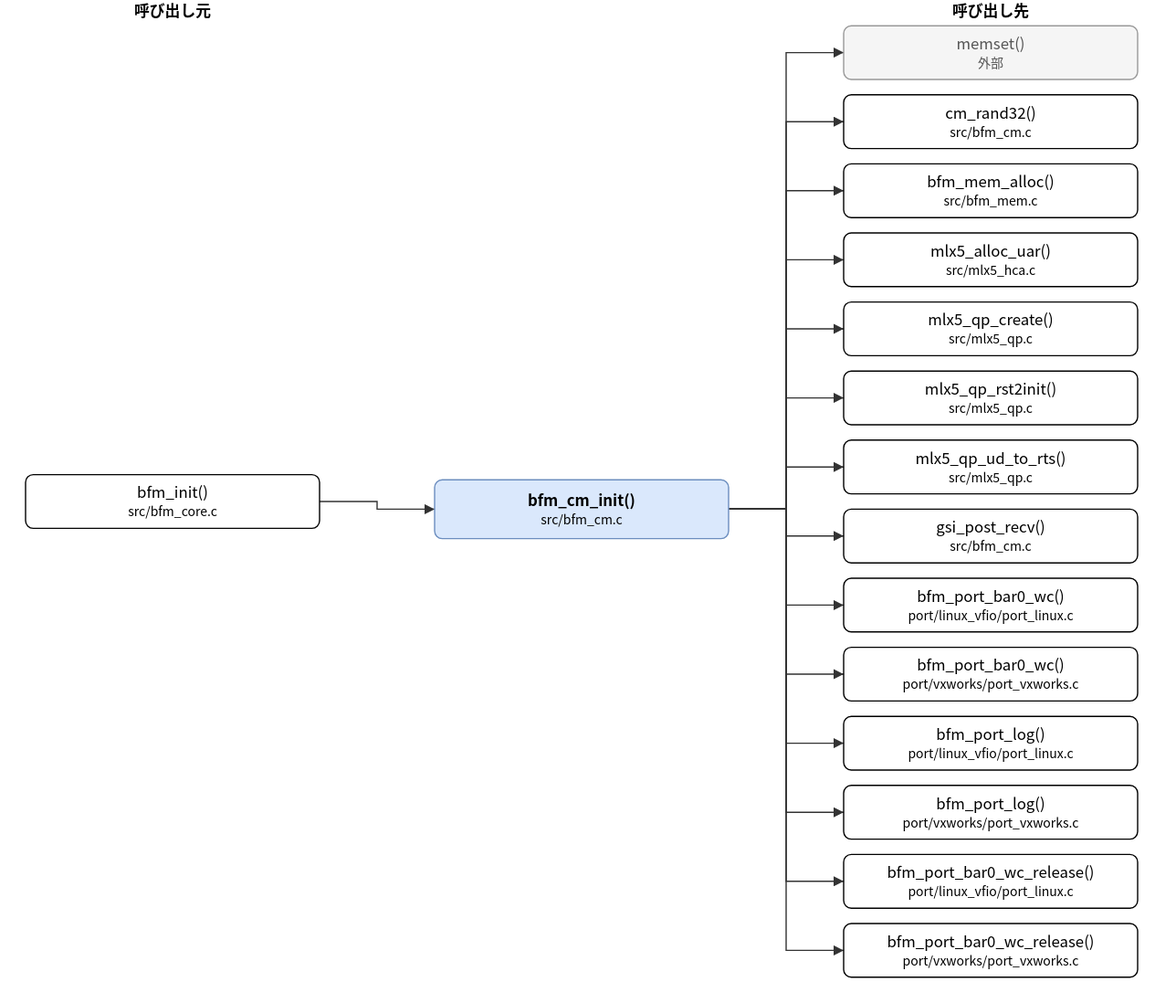
Above: doc/spec/images/call_src_bfm_cm__bfm_cm_init.drawio.svg in hf355051012-ai/bfmem (draw.io), before the change. Source tidied: cells renumbered, new cells last; positions are measured from the earlier drawing's top-left corner, leaving out a move shared by most shapes.
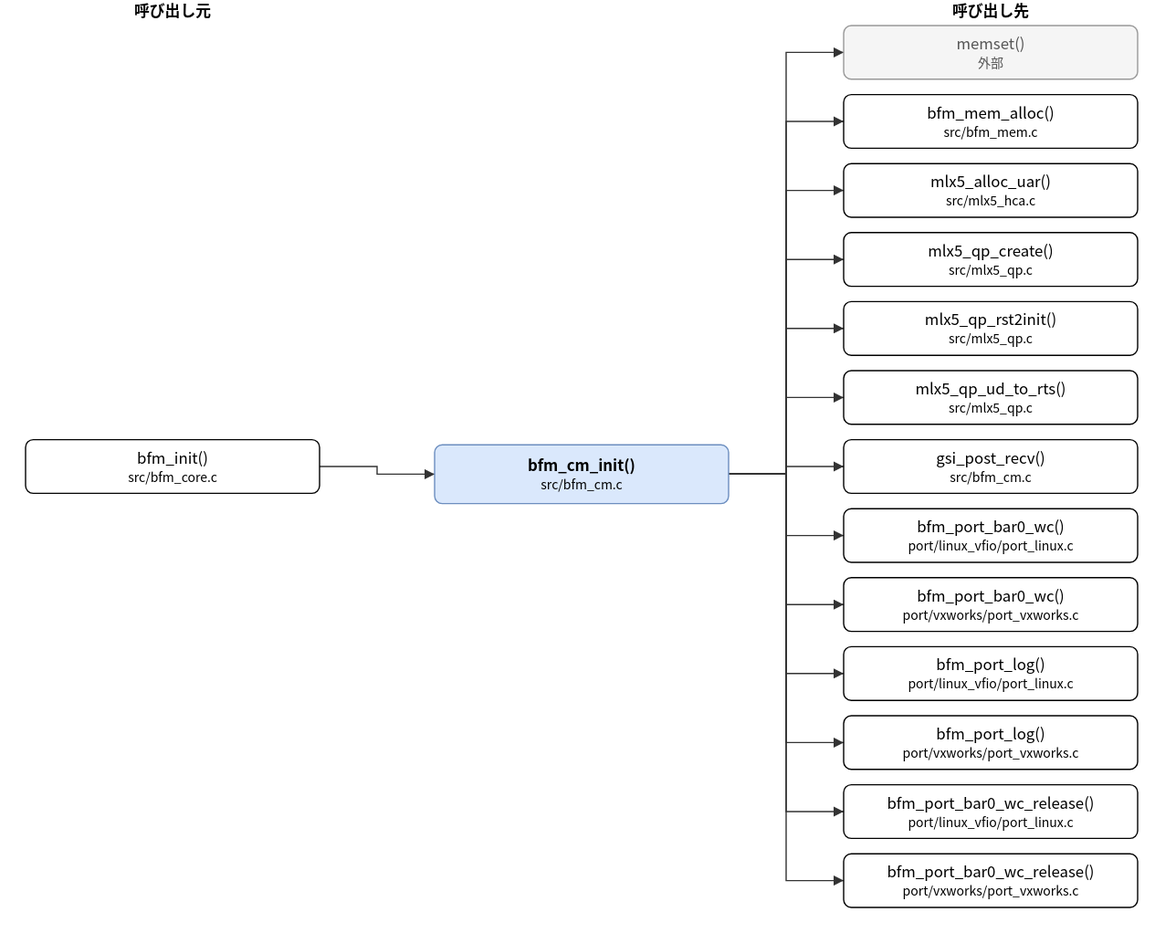
After the change.

Change to the diagram source:
```diff
@@ -3,65 +3,62 @@
     <mxCell id="0" />
     <mxCell id="1" parent="0" />
     <mxCell id="2" value="bfm_cm_init()&lt;br&gt;&lt;font style=&quot;font-size:10px&quot;&gt;src/bfm_cm.c&lt;/font&gt;" style="rounded=1;whiteSpace=wrap;html=1;fillColor=#dae8fc;strokeColor=#6c8ebf;fontStyle=1;" parent="1" vertex="1">
-      <mxGeometry x="320" y="375" width="230" height="46" as="geometry" />
+      <mxGeometry x="320" y="348" width="230" height="46" as="geometry" />
     </mxCell>
     <mxCell id="3" value="bfm_init()&lt;br&gt;&lt;font style=&quot;font-size:10px&quot;&gt;src/bfm_core.c&lt;/font&gt;" style="rounded=1;whiteSpace=wrap;html=1;" parent="1" vertex="1">
-      <mxGeometry y="371" width="230" height="42" as="geometry" />
+      <mxGeometry y="344" width="230" height="42" as="geometry" />
     </mxCell>
     <mxCell id="4" value="memset()&lt;br&gt;&lt;font style=&quot;font-size:10px&quot;&gt;外部&lt;/font&gt;" style="rounded=1;whiteSpace=wrap;html=1;fillColor=#f5f5f5;strokeColor=#999999;fontColor=#555555;" parent="1" vertex="1">
       <mxGeometry x="640" y="20" width="230" height="42" as="geometry" />
     </mxCell>
-    <mxCell id="5" value="cm_rand32()&lt;br&gt;&lt;font style=&quot;font-size:10px&quot;&gt;src/bfm_cm.c&lt;/font&gt;" style="rounded=1;whiteSpace=wrap;html=1;" parent="1" vertex="1">
+    <mxCell id="5" value="bfm_mem_alloc()&lt;br&gt;&lt;font style=&quot;font-size:10px&quot;&gt;src/bfm_mem.c&lt;/font&gt;" style="rounded=1;whiteSpace=wrap;html=1;" parent="1" vertex="1">
       <mxGeometry x="640" y="74" width="230" height="42" as="geometry" />
     </mxCell>
-    <mxCell id="6" value="bfm_mem_alloc()&lt;br&gt;&lt;font style=&quot;font-size:10px&quot;&gt;src/bfm_mem.c&lt;/font&gt;" style="rounded=1;whiteSpace=wrap;html=1;" parent="1" vertex="1">
+    <mxCell id="6" value="mlx5_alloc_uar()&lt;br&gt;&lt;font style=&quot;font-size:10px&quot;&gt;src/mlx5_hca.c&lt;/font&gt;" style="rounded=1;whiteSpace=wrap;html=1;" parent="1" vertex="1">
       <mxGeometry x="640" y="128" width="230" height="42" as="geometry" />
     </mxCell>
-    <mxCell id="7" value="mlx5_alloc_uar()&lt;br&gt;&lt;font style=&quot;font-size:10px&quot;&gt;src/mlx5_hca.c&lt;/font&gt;" style="rounded=1;whiteSpace=wrap;html=1;" parent="1" vertex="1">
+    <mxCell id="7" value="mlx5_qp_create()&lt;br&gt;&lt;font style=&quot;font-size:10px&quot;&gt;src/mlx5_qp.c&lt;/font&gt;" style="rounded=1;whiteSpace=wrap;html=1;" parent="1" vertex="1">
       <mxGeometry x="640" y="182" width="230" height="42" as="geometry" />
     </mxCell>
-    <mxCell id="8" value="mlx5_qp_create()&lt;br&gt;&lt;font style=&quot;font-size:10px&quot;&gt;src/mlx5_qp.c&lt;/font&gt;" style="rounded=1;whiteSpace=wrap;html=1;" parent="1" vertex="1">
+    <mxCell id="8" value="mlx5_qp_rst2init()&lt;br&gt;&lt;font style=&quot;font-size:10px&quot;&gt;src/mlx5_qp.c&lt;/font&gt;" style="rounded=1;whiteSpace=wrap;html=1;" parent="1" vertex="1">
       <mxGeometry x="640" y="236" width="230" height="42" as="geometry" />
     </mxCell>
-    <mxCell id="9" value="mlx5_qp_rst2init()&lt;br&gt;&lt;font style=&quot;font-size:10px&quot;&gt;src/mlx5_qp.c&lt;/font&gt;" style="rounded=1;whiteSpace=wrap;html=1;" parent="1" vertex="1">
+    <mxCell id="9" value="mlx5_qp_ud_to_rts()&lt;br&gt;&lt;font style=&quot;font-size:10px&quot;&gt;src/mlx5_qp.c&lt;/font&gt;" style="rounded=1;whiteSpace=wrap;html=1;" parent="1" vertex="1">
       <mxGeometry x="640" y="290" width="230" height="42" as="geometry" />
     </mxCell>
-    <mxCell id="10" value="mlx5_qp_ud_to_rts()&lt;br&gt;&lt;font style=&quot;font-size:10px&quot;&gt;src/mlx5_qp.c&lt;/font&gt;" style="rounded=1;whiteSpace=wrap;html=1;" parent="1" vertex="1">
+    <mxCell id="10" value="gsi_post_recv()&lt;br&gt;&lt;font style=&quot;font-size:10px&quot;&gt;src/bfm_cm.c&lt;/font&gt;" style="rounded=1;whiteSpace=wrap;html=1;" parent="1" vertex="1">
       <mxGeometry x="640" y="344" width="230" height="42" as="geometry" />
     </mxCell>
-    <mxCell id="11" value="gsi_post_recv()&lt;br&gt;&lt;font style=&quot;font-size:10px&quot;&gt;src/bfm_cm.c&lt;/font&gt;" style="rounded=1;whiteSpace=wrap;html=1;" parent="1" vertex="1">
+    <mxCell id="11" value="bfm_port_bar0_wc()&lt;br&gt;&lt;font style=&quot;font-size:10px&quot;&gt;port/linux_vfio/port_linux.c&lt;/font&gt;" style="rounded=1;whiteSpace=wrap;html=1;" parent="1" vertex="1">
       <mxGeometry x="640" y="398" width="230" height="42" as="geometry" />
     </mxCell>
-    <mxCell id="12" value="bfm_port_bar0_wc()&lt;br&gt;&lt;font style=&quot;font-size:10px&quot;&gt;port/linux_vfio/port_linux.c&lt;/font&gt;" style="rounded=1;whiteSpace=wrap;html=1;" parent="1" vertex="1">
+    <mxCell id="12" value="bfm_port_bar0_wc()&lt;br&gt;&lt;font style=&quot;font-size:10px&quot;&gt;port/vxworks/port_vxworks.c&lt;/font&gt;" style="rounded=1;whiteSpace=wrap;html=1;" parent="1" vertex="1">
       <mxGeometry x="640" y="452" width="230" height="42" as="geometry" />
     </mxCell>
-    <mxCell id="13" value="bfm_port_bar0_wc()&lt;br&gt;&lt;font style=&quot;font-size:10px&quot;&gt;port/vxworks/port_vxworks.c&lt;/font&gt;" style="rounded=1;whiteSpace=wrap;html=1;" parent="1" vertex="1">
+    <mxCell id="13" value="bfm_port_log()&lt;br&gt;&lt;font style=&quot;font-size:10px&quot;&gt;port/linux_vfio/port_linux.c&lt;/font&gt;" style="rounded=1;whiteSpace=wrap;html=1;" parent="1" vertex="1">
       <mxGeometry x="640" y="506" width="230" height="42" as="geometry" />
     </mxCell>
-    <mxCell id="14" value="bfm_port_log()&lt;br&gt;&lt;font style=&quot;font-size:10px&quot;&gt;port/linux_vfio/port_linux.c&lt;/font&gt;" style="rounded=1;whiteSpace=wrap;html=1;" parent="1" vertex="1">
+    <mxCell id="14" value="bfm_port_log()&lt;br&gt;&lt;font style=&quot;font-size:10px&quot;&gt;port/vxworks/port_vxworks.c&lt;/font&gt;" style="rounded=1;whiteSpace=wrap;html=1;" parent="1" vertex="1">
       <mxGeometry x="640" y="560" width="230" height="42" as="geometry" />
     </mxCell>
-    <mxCell id="15" value="bfm_port_log()&lt;br&gt;&lt;font style=&quot;font-size:10px&quot;&gt;port/vxworks/port_vxworks.c&lt;/font&gt;" style="rounded=1;whiteSpace=wrap;html=1;" parent="1" vertex="1">
+    <mxCell id="15" value="bfm_port_bar0_wc_release()&lt;br&gt;&lt;font style=&quot;font-size:10px&quot;&gt;port/linux_vfio/port_linux.c&lt;/font&gt;" style="rounded=1;whiteSpace=wrap;html=1;" parent="1" vertex="1">
       <mxGeometry x="640" y="614" width="230" height="42" as="geometry" />
     </mxCell>
-    <mxCell id="16" value="bfm_port_bar0_wc_release()&lt;br&gt;&lt;font style=&quot;font-size:10px&quot;&gt;port/linux_vfio/port_linux.c&lt;/font&gt;" style="rounded=1;whiteSpace=wrap;html=1;" parent="1" vertex="1">
+    <mxCell id="16" value="bfm_port_bar0_wc_release()&lt;br&gt;&lt;font style=&quot;font-size:10px&quot;&gt;port/vxworks/port_vxworks.c&lt;/font&gt;" style="rounded=1;whiteSpace=wrap;html=1;" parent="1" vertex="1">
       <mxGeometry x="640" y="668" width="230" height="42" as="geometry" />
     </mxCell>
-    <mxCell id="17" value="bfm_port_bar0_wc_release()&lt;br&gt;&lt;font style=&quot;font-size:10px&quot;&gt;port/vxworks/port_vxworks.c&lt;/font&gt;" style="rounded=1;whiteSpace=wrap;html=1;" parent="1" vertex="1">
-      <mxGeometry x="640" y="722" width="230" height="42" as="geometry" />
-    </mxCell>
     <mxCell id="18" style="edgeStyle=none;html=1;rounded=0;endArrow=block;endFill=1;exitX=1.0000;exitY=0.5000;exitDx=0;exitDy=0;exitPerimeter=0;entryX=0.0000;entryY=0.5000;entryDx=0;entryDy=0;entryPerimeter=0;" parent="1" edge="1" source="3" target="2">
       <mxGeometry relative="1" as="geometry">
         <Array as="points">
-          <mxPoint x="275" y="392" />
-          <mxPoint x="275" y="398" />
+          <mxPoint x="275" y="365" />
+          <mxPoint x="275" y="371" />
         </Array>
       </mxGeometry>
     </mxCell>
     <mxCell id="19" style="edgeStyle=none;html=1;rounded=0;endArrow=block;endFill=1;exitX=1.0000;exitY=0.5000;exitDx=0;exitDy=0;exitPerimeter=0;entryX=0.0000;entryY=0.5000;entryDx=0;entryDy=0;entryPerimeter=0;" parent="1" edge="1" source="2" target="4">
       <mxGeometry relative="1" as="geometry">
         <Array as="points">
-          <mxPoint x="595" y="398" />
+          <mxPoint x="595" y="371" />
           <mxPoint x="595" y="41" />
         </Array>
       </mxGeometry>
@@ -69,7 +66,7 @@
     <mxCell id="20" style="edgeStyle=none;html=1;rounded=0;endArrow=block;endFill=1;exitX=1.0000;exitY=0.5000;exitDx=0;exitDy=0;exitPerimeter=0;entryX=0.0000;entryY=0.5000;entryDx=0;entryDy=0;entryPerimeter=0;" parent="1" edge="1" source="2" target="5">
       <mxGeometry relative="1" as="geometry">
         <Array as="points">
-          <mxPoint x="595" y="398" />
+          <mxPoint x="595" y="371" />
           <mxPoint x="595" y="95" />
         </Array>
       </mxGeometry>
@@ -77,7 +74,7 @@
     <mxCell id="21" style="edgeStyle=none;html=1;rounded=0;endArrow=block;endFill=1;exitX=1.0000;exitY=0.5000;exitDx=0;exitDy=0;exitPerimeter=0;entryX=0.0000;entryY=0.5000;entryDx=0;entryDy=0;entryPerimeter=0;" parent="1" edge="1" source="2" target="6">
       <mxGeometry relative="1" as="geometry">
         <Array as="points">
-          <mxPoint x="595" y="398" />
+          <mxPoint x="595" y="371" />
           <mxPoint x="595" y="149" />
         </Array>
       </mxGeometry>
@@ -85,7 +82,7 @@
     <mxCell id="22" style="edgeStyle=none;html=1;rounded=0;endArrow=block;endFill=1;exitX=1.0000;exitY=0.5000;exitDx=0;exitDy=0;exitPerimeter=0;entryX=0.0000;entryY=0.5000;entryDx=0;entryDy=0;entryPerimeter=0;" parent="1" edge="1" source="2" target="7">
       <mxGeometry relative="1" as="geometry">
         <Array as="points">
-          <mxPoint x="595" y="398" />
+          <mxPoint x="595" y="371" />
           <mxPoint x="595" y="203" />
         </Array>
       </mxGeometry>
@@ -93,7 +90,7 @@
     <mxCell id="23" style="edgeStyle=none;html=1;rounded=0;endArrow=block;endFill=1;exitX=1.0000;exitY=0.5000;exitDx=0;exitDy=0;exitPerimeter=0;entryX=0.0000;entryY=0.5000;entryDx=0;entryDy=0;entryPerimeter=0;" parent="1" edge="1" source="2" target="8">
       <mxGeometry relative="1" as="geometry">
         <Array as="points">
-          <mxPoint x="595" y="398" />
+          <mxPoint x="595" y="371" />
           <mxPoint x="595" y="257" />
         </Array>
       </mxGeometry>
@@ -101,7 +98,7 @@
     <mxCell id="24" style="edgeStyle=none;html=1;rounded=0;endArrow=block;endFill=1;exitX=1.0000;exitY=0.5000;exitDx=0;exitDy=0;exitPerimeter=0;entryX=0.0000;entryY=0.5000;entryDx=0;entryDy=0;entryPerimeter=0;" parent="1" edge="1" source="2" target="9">
       <mxGeometry relative="1" as="geometry">
         <Array as="points">
-          <mxPoint x="595" y="398" />
+          <mxPoint x="595" y="371" />
           <mxPoint x="595" y="311" />
         </Array>
       </mxGeometry>
@@ -109,7 +106,7 @@
     <mxCell id="25" style="edgeStyle=none;html=1;rounded=0;endArrow=block;endFill=1;exitX=1.0000;exitY=0.5000;exitDx=0;exitDy=0;exitPerimeter=0;entryX=0.0000;entryY=0.5000;entryDx=0;entryDy=0;entryPerimeter=0;" parent="1" edge="1" source="2" target="10">
       <mxGeometry relative="1" as="geometry">
         <Array as="points">
-          <mxPoint x="595" y="398" />
+          <mxPoint x="595" y="371" />
           <mxPoint x="595" y="365" />
         </Array>
       </mxGeometry>
@@ -117,7 +114,7 @@
     <mxCell id="26" style="edgeStyle=none;html=1;rounded=0;endArrow=block;endFill=1;exitX=1.0000;exitY=0.5000;exitDx=0;exitDy=0;exitPerimeter=0;entryX=0.0000;entryY=0.5000;entryDx=0;entryDy=0;entryPerimeter=0;" parent="1" edge="1" source="2" target="11">
       <mxGeometry relative="1" as="geometry">
         <Array as="points">
-          <mxPoint x="595" y="398" />
+          <mxPoint x="595" y="371" />
           <mxPoint x="595" y="419" />
         </Array>
       </mxGeometry>
@@ -125,7 +122,7 @@
     <mxCell id="27" style="edgeStyle=none;html=1;rounded=0;endArrow=block;endFill=1;exitX=1.0000;exitY=0.5000;exitDx=0;exitDy=0;exitPerimeter=0;entryX=0.0000;entryY=0.5000;entryDx=0;entryDy=0;entryPerimeter=0;" parent="1" edge="1" source="2" target="12">
       <mxGeometry relative="1" as="geometry">
         <Array as="points">
-          <mxPoint x="595" y="398" />
+          <mxPoint x="595" y="371" />
           <mxPoint x="595" y="473" />
         </Array>
       </mxGeometry>
@@ -133,7 +130,7 @@
     <mxCell id="28" style="edgeStyle=none;html=1;rounded=0;endArrow=block;endFill=1;exitX=1.0000;exitY=0.5000;exitDx=0;exitDy=0;exitPerimeter=0;entryX=0.0000;entryY=0.5000;entryDx=0;entryDy=0;entryPerimeter=0;" parent="1" edge="1" source="2" target="13">
       <mxGeometry relative="1" as="geometry">
         <Array as="points">
-          <mxPoint x="595" y="398" />
+          <mxPoint x="595" y="371" />
           <mxPoint x="595" y="527" />
         </Array>
       </mxGeometry>
@@ -141,7 +138,7 @@
     <mxCell id="29" style="edgeStyle=none;html=1;rounded=0;endArrow=block;endFill=1;exitX=1.0000;exitY=0.5000;exitDx=0;exitDy=0;exitPerimeter=0;entryX=0.0000;entryY=0.5000;entryDx=0;entryDy=0;entryPerimeter=0;" parent="1" edge="1" source="2" target="14">
       <mxGeometry relative="1" as="geometry">
         <Array as="points">
-          <mxPoint x="595" y="398" />
+          <mxPoint x="595" y="371" />
           <mxPoint x="595" y="581" />
         </Array>
       </mxGeometry>
@@ -149,7 +146,7 @@
     <mxCell id="30" style="edgeStyle=none;html=1;rounded=0;endArrow=block;endFill=1;exitX=1.0000;exitY=0.5000;exitDx=0;exitDy=0;exitPerimeter=0;entryX=0.0000;entryY=0.5000;entryDx=0;entryDy=0;entryPerimeter=0;" parent="1" edge="1" source="2" target="15">
       <mxGeometry relative="1" as="geometry">
         <Array as="points">
-          <mxPoint x="595" y="398" />
+          <mxPoint x="595" y="371" />
           <mxPoint x="595" y="635" />
         </Array>
       </mxGeometry>
@@ -157,19 +154,11 @@
     <mxCell id="31" style="edgeStyle=none;html=1;rounded=0;endArrow=block;endFill=1;exitX=1.0000;exitY=0.5000;exitDx=0;exitDy=0;exitPerimeter=0;entryX=0.0000;entryY=0.5000;entryDx=0;entryDy=0;entryPerimeter=0;" parent="1" edge="1" source="2" target="16">
       <mxGeometry relative="1" as="geometry">
         <Array as="points">
-          <mxPoint x="595" y="398" />
+          <mxPoint x="595" y="371" />
           <mxPoint x="595" y="689" />
         </Array>
       </mxGeometry>
     </mxCell>
-    <mxCell id="32" style="edgeStyle=none;html=1;rounded=0;endArrow=block;endFill=1;exitX=1.0000;exitY=0.5000;exitDx=0;exitDy=0;exitPerimeter=0;entryX=0.0000;entryY=0.5000;entryDx=0;entryDy=0;entryPerimeter=0;" parent="1" edge="1" source="2" target="17">
-      <mxGeometry relative="1" as="geometry">
-        <Array as="points">
-          <mxPoint x="595" y="398" />
-          <mxPoint x="595" y="743" />
-        </Array>
-      </mxGeometry>
-    </mxCell>
     <mxCell id="33" value="呼び出し元" style="text;html=1;align=center;fontStyle=1;" parent="1" vertex="1">
       <mxGeometry x="35" width="160" height="18" as="geometry" />
     </mxCell>
```
